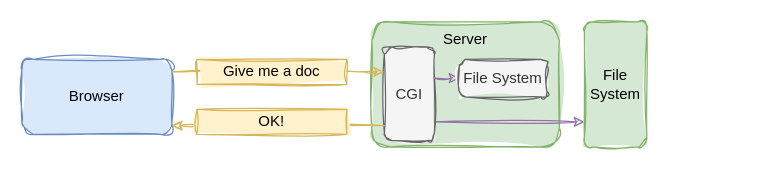
richard-wang-tw/web-basic-2 keeps this draw.io diagram as page "Page-3" (3 of 9) of diagrams.drawio. Above is the earlier version. Source tidied: cells renumbered, new cells numbered last; positions are measured from the earlier drawing's top-left corner, leaving out a move shared by most shapes. Both pictures are drawn from the tidied source at 125%, with x=0, y=0 at pixel (21, 21).
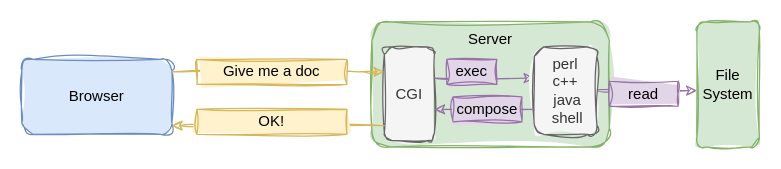
The same diagram, later.

Unchanged cells that the change refers to:
```xml
<mxCell id="6" value="CGI" style="rounded=1;whiteSpace=wrap;html=1;sketch=1;curveFitting=1;jiggle=2;fillColor=#f5f5f5;strokeColor=#666666;fillStyle=solid;fontColor=#333333;" parent="1" vertex="1">
  <mxGeometry x="290" y="20" width="40" height="75" as="geometry" />
</mxCell>
```

The edit, as a diff of the source:
```diff
@@
     <mxCell id="3" value="Server" style="rounded=1;whiteSpace=wrap;html=1;sketch=1;curveFitting=1;jiggle=2;fillColor=#d5e8d4;strokeColor=#82b366;fillStyle=solid;verticalAlign=top;" parent="1" vertex="1">
-      <mxGeometry x="280" width="150" height="100" as="geometry" />
+      <mxGeometry x="280" width="190" height="100" as="geometry" />
     </mxCell>
-    <mxCell id="4" style="edgeStyle=orthogonalEdgeStyle;curved=1;sketch=1;html=1;strokeWidth=1;endArrow=classic;endFill=1;fillColor=#e1d5e7;strokeColor=#9673a6;" parent="1" edge="1" source="6" target="5">
+    <mxCell id="4" style="edgeStyle=orthogonalEdgeStyle;curved=1;sketch=1;html=1;strokeWidth=1;endArrow=classic;endFill=1;fillColor=#e1d5e7;strokeColor=#9673a6;" parent="1" edge="1" source="12" target="5">
       <mxGeometry relative="1" as="geometry">
         <Array as="points">
-          <mxPoint x="420" y="80" />
-          <mxPoint x="420" y="80" />
+          <mxPoint x="420" y="50" />
         </Array>
       </mxGeometry>
     </mxCell>
     <mxCell id="5" value="File System" style="rounded=1;whiteSpace=wrap;html=1;sketch=1;curveFitting=1;jiggle=2;fillColor=#d5e8d4;strokeColor=#82b366;fillStyle=solid;" parent="1" vertex="1">
-      <mxGeometry x="450" width="50" height="100" as="geometry" />
+      <mxGeometry x="540" width="50" height="100" as="geometry" />
     </mxCell>
@@
-    <mxCell id="12" value="File System" style="rounded=1;whiteSpace=wrap;html=1;sketch=1;curveFitting=1;jiggle=2;fillColor=#f5f5f5;strokeColor=#666666;fillStyle=solid;fontColor=#333333;" parent="1" vertex="1">
-      <mxGeometry x="350" y="30" width="70" height="30" as="geometry" />
+    <mxCell id="12" value="perl &lt;br&gt;c++&lt;br&gt;&amp;nbsp;java&lt;br&gt;&amp;nbsp;shell" style="rounded=1;whiteSpace=wrap;html=1;sketch=1;curveFitting=1;jiggle=2;fillColor=#f5f5f5;strokeColor=#666666;fillStyle=solid;fontColor=#333333;" parent="1" vertex="1">
+      <mxGeometry x="410" y="20" width="50" height="70" as="geometry" />
     </mxCell>
+    <mxCell id="13" value="exec" style="rounded=0;whiteSpace=wrap;html=1;sketch=1;curveFitting=1;jiggle=2;fillColor=#e1d5e7;strokeColor=#9673a6;fillStyle=solid;" parent="1" vertex="1">
+      <mxGeometry x="340" y="30" width="40" height="20" as="geometry" />
+    </mxCell>
+    <mxCell id="14" style="edgeStyle=orthogonalEdgeStyle;curved=1;sketch=1;html=1;strokeWidth=1;endArrow=classic;endFill=1;fillColor=#e1d5e7;strokeColor=#9673a6;" parent="1" edge="1" source="12" target="6">
+      <mxGeometry relative="1" as="geometry">
+        <Array as="points">
+          <mxPoint x="370" y="70" />
+          <mxPoint x="370" y="70" />
+        </Array>
+      </mxGeometry>
+    </mxCell>
+    <mxCell id="15" value="compose" style="rounded=0;whiteSpace=wrap;html=1;sketch=1;curveFitting=1;jiggle=2;fillColor=#e1d5e7;strokeColor=#9673a6;fillStyle=solid;" parent="1" vertex="1">
+      <mxGeometry x="345" y="60" width="55" height="20" as="geometry" />
+    </mxCell>
+    <mxCell id="16" value="read" style="rounded=0;whiteSpace=wrap;html=1;sketch=1;curveFitting=1;jiggle=2;fillColor=#e1d5e7;strokeColor=#9673a6;fillStyle=solid;" parent="1" vertex="1">
+      <mxGeometry x="470" y="47.5" width="55" height="20" as="geometry" />
+    </mxCell>
```
